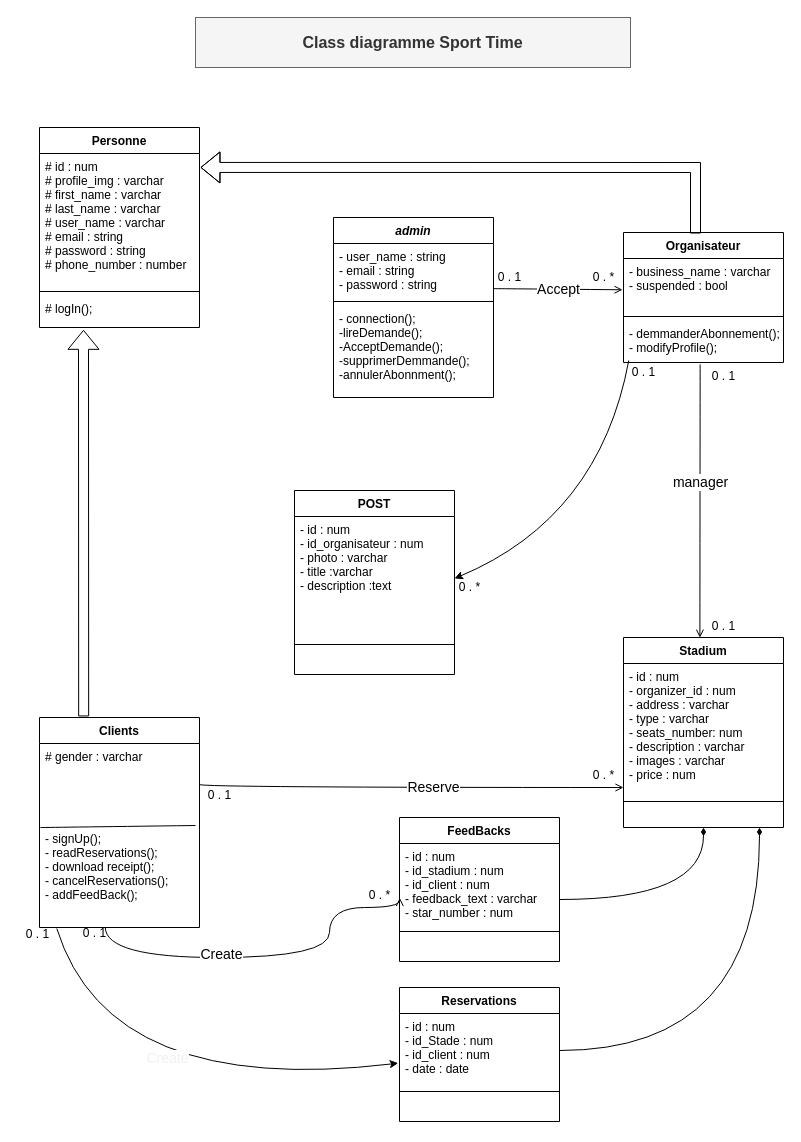
Earlier version of the draw.io diagram CDC & Consiption/Class.drawio (StailiAbdessalam/file-roue-sport-time-). Source tidied: cells renumbered, new cells numbered last; positions are measured from the earlier drawing's top-left corner, leaving out a move shared by most shapes. Both pictures are drawn from the tidied source at 100%, with x=0, y=0 at pixel (17, 17).
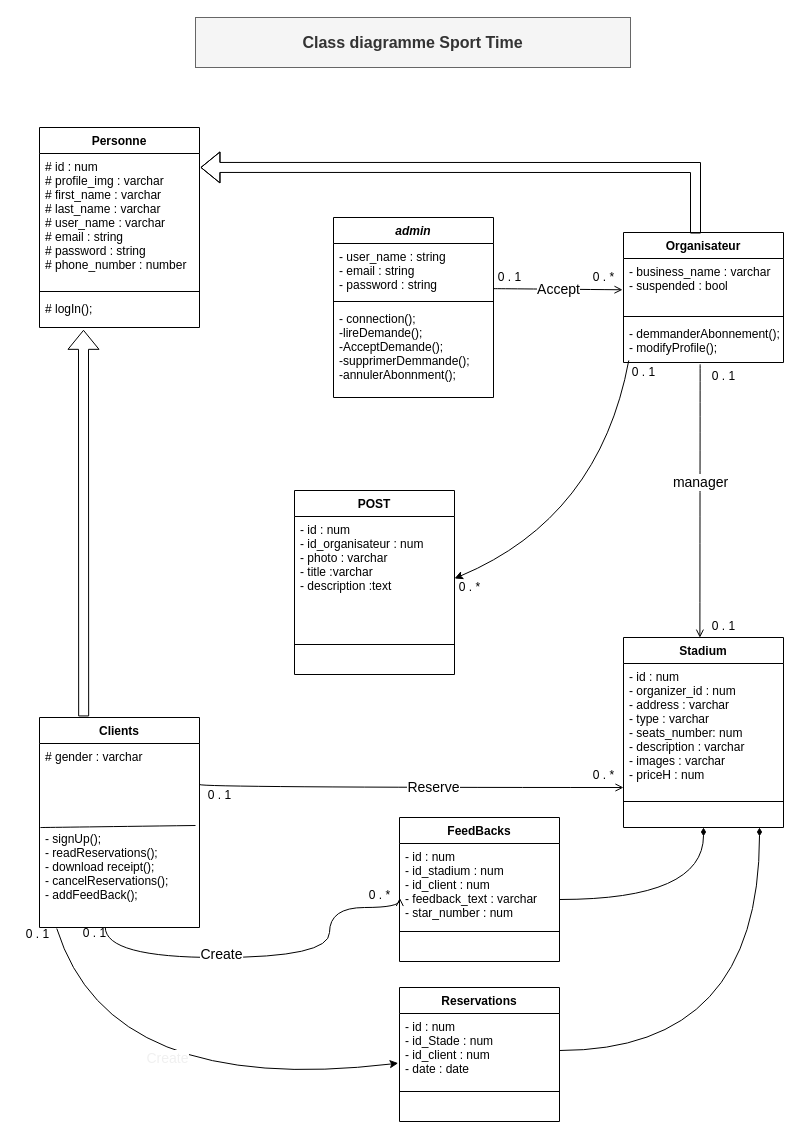
Above is the later version.

Unchanged cells that the change refers to:
```xml
<mxCell id="11" value="Stadium" style="swimlane;fontStyle=1;align=center;verticalAlign=top;horizontal=1;startSize=26;rounded=0;shadow=0;strokeWidth=1;" parent="1" vertex="1">
  <mxGeometry x="606" y="620" width="160" height="190" as="geometry" />
</mxCell>
```

Diff of the diagram source:
```diff
@@
-    <mxCell id="12" value="- id : num&#10;- organizer_id : num&#10;- address : varchar&#10;- type : varchar&#10;- seats_number: num&#10;- description : varchar&#10;- images : varchar&#10;- price : num" style="text;align=left;verticalAlign=top;spacingLeft=4;spacingRight=4;overflow=hidden;rounded=0;shadow=0;html=0;" parent="11" vertex="1">
+    <mxCell id="12" value="- id : num&#10;- organizer_id : num&#10;- address : varchar&#10;- type : varchar&#10;- seats_number: num&#10;- description : varchar&#10;- images : varchar&#10;- priceH : num" style="text;align=left;verticalAlign=top;spacingLeft=4;spacingRight=4;overflow=hidden;rounded=0;shadow=0;html=0;" parent="11" vertex="1">
       <mxGeometry y="26" width="160" height="134" as="geometry" />
     </mxCell>
```
